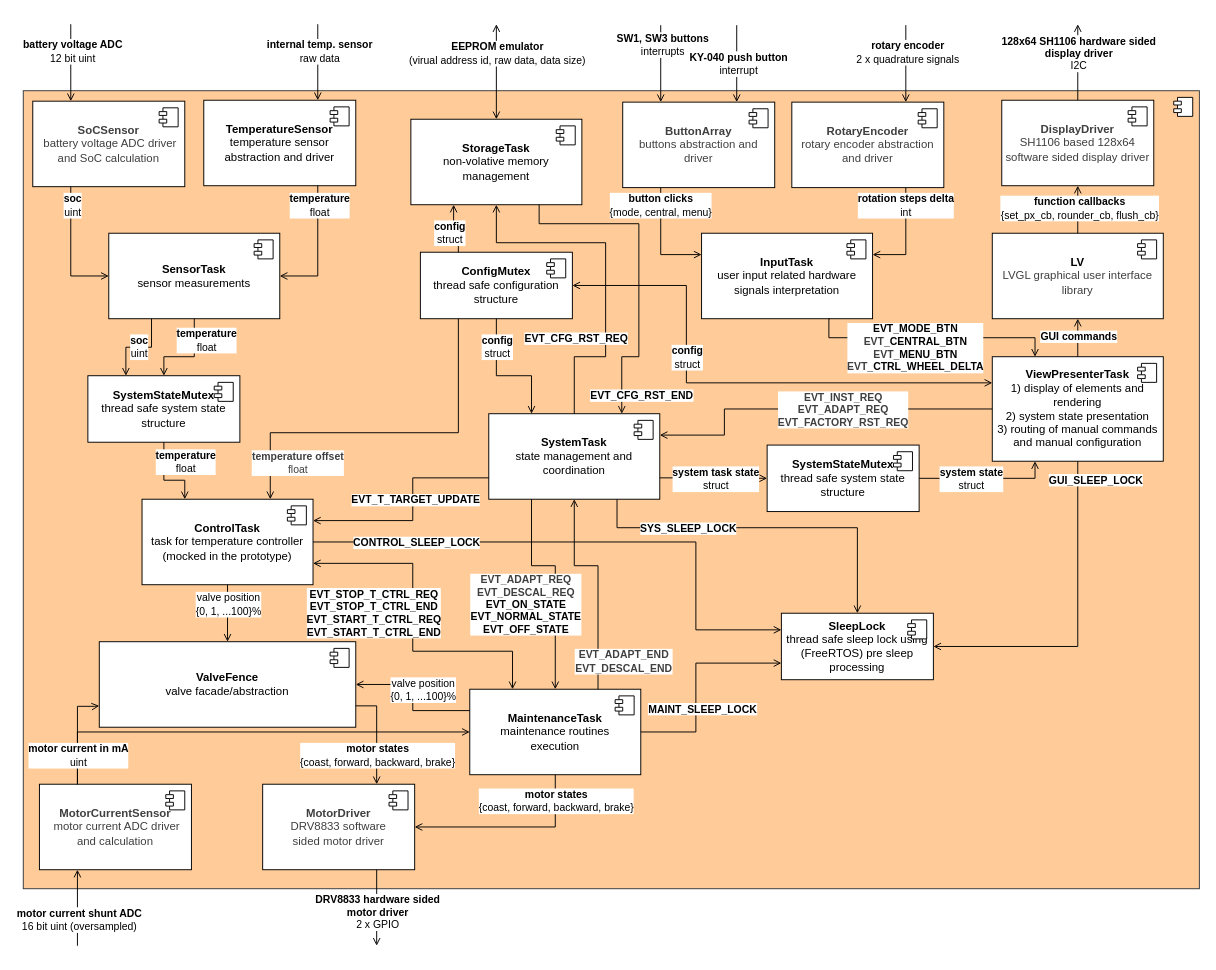
Above: software/diagrams/mt-rt-sw-architecture.drawio in MiraTherm/miratherm-radiator-thermostat-documentation (draw.io), before the change. Source tidied: cells renumbered, new cells numbered last; positions are measured from the earlier drawing's top-left corner, leaving out a move shared by most shapes. Both pictures are drawn from the tidied source at 95%, with x=0, y=0 at pixel (23, 24).
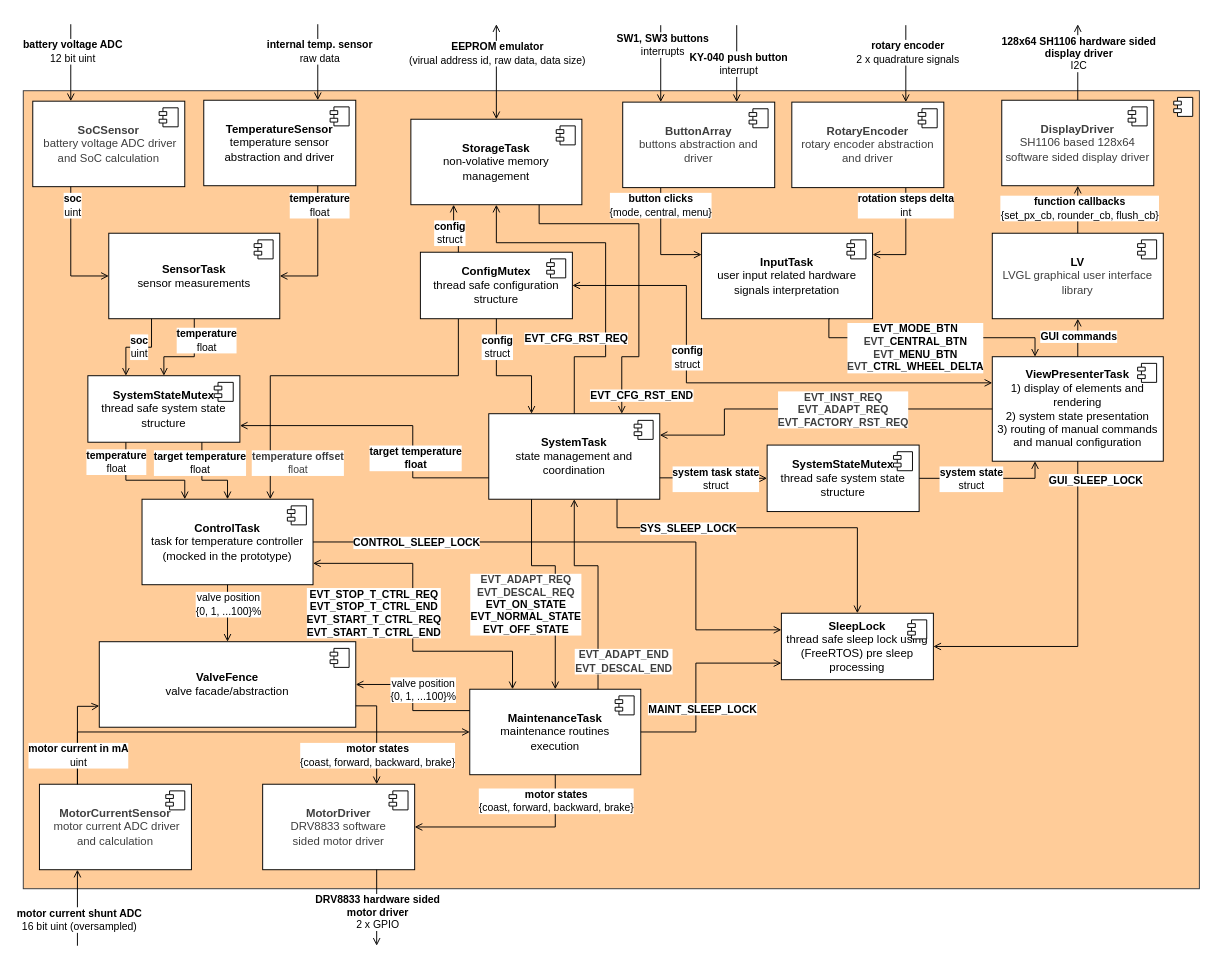
The same page after the edit.

The change refers to these unchanged cells:
```xml
<mxCell id="4" value="&lt;b&gt;SystemTask&lt;/b&gt;&lt;br&gt;state management and coordination" style="html=1;whiteSpace=wrap;" parent="1" vertex="1">
  <mxGeometry x="490" y="410" width="180" height="90" as="geometry" />
</mxCell>
<mxCell id="8" value="&lt;b&gt;ControlTask&lt;/b&gt;&lt;br&gt;task for temperature controller&lt;br&gt;(mocked in the prototype)" style="html=1;whiteSpace=wrap;" parent="1" vertex="1">
  <mxGeometry x="125" y="500" width="180" height="90" as="geometry" />
</mxCell>
<mxCell id="93" value="&lt;b&gt;ConfigMutex&lt;br&gt;&lt;/b&gt;thread safe configuration structure" style="html=1;whiteSpace=wrap;" parent="1" vertex="1">
  <mxGeometry x="418" y="240" width="160" height="70" as="geometry" />
</mxCell>
<mxCell id="119" value="&lt;b&gt;SystemStateMutex&lt;br&gt;&lt;/b&gt;thread safe system state structure" style="html=1;whiteSpace=wrap;" parent="1" vertex="1">
  <mxGeometry x="68" y="370" width="160" height="70" as="geometry" />
</mxCell>
```

What changed in the source:
```diff
@@
-    <mxCell id="83" style="endArrow=open;html=1;rounded=0;entryX=1;entryY=0.25;entryDx=0;entryDy=0;endFill=0;edgeStyle=orthogonalEdgeStyle;exitX=0;exitY=0.75;exitDx=0;exitDy=0;" parent="1" edge="1" source="4" target="8">
+    <mxCell id="83" style="endArrow=open;html=1;rounded=0;entryX=1;entryY=0.75;entryDx=0;entryDy=0;endFill=0;edgeStyle=orthogonalEdgeStyle;exitX=0;exitY=0.75;exitDx=0;exitDy=0;" parent="1" edge="1" source="4" target="119">
       <mxGeometry relative="1" as="geometry">
         <Array as="points">
           <mxPoint x="410" y="478" />
-          <mxPoint x="410" y="522" />
+          <mxPoint x="410" y="423" />
+          <mxPoint x="228" y="423" />
         </Array>
       </mxGeometry>
     </mxCell>
-    <mxCell id="84" value="&lt;b&gt;EVT_T_TARGET_UPDATE&lt;/b&gt;&lt;b&gt;&lt;/b&gt;" style="edgeLabel;html=1;align=center;verticalAlign=middle;" parent="83" vertex="1">
+    <mxCell id="84" value="&lt;b&gt;target temperature&lt;br&gt;float&lt;/b&gt;&lt;b&gt;&lt;/b&gt;" style="edgeLabel;html=1;align=center;verticalAlign=middle;" parent="83" vertex="1">
       <mxGeometry x="-0.3" relative="1" as="geometry">
-        <mxPoint x="2" y="22" as="offset" />
+        <mxPoint x="2" y="10" as="offset" />
       </mxGeometry>
     </mxCell>
@@
     <mxCell id="89" style="endArrow=open;html=1;rounded=0;endFill=0;entryX=0.75;entryY=0;entryDx=0;entryDy=0;exitX=0.25;exitY=1;exitDx=0;exitDy=0;edgeStyle=orthogonalEdgeStyle;" parent="1" edge="1" source="93" target="8">
       <mxGeometry relative="1" as="geometry">
         <Array as="points">
-          <mxPoint x="458" y="430" />
-          <mxPoint x="260" y="430" />
+          <mxPoint x="458" y="370" />
+          <mxPoint x="260" y="370" />
         </Array>
       </mxGeometry>
     </mxCell>
@@
-    <mxCell id="125" style="endArrow=open;html=1;rounded=0;entryX=0.25;entryY=0;entryDx=0;entryDy=0;endFill=0;exitX=0.5;exitY=1;exitDx=0;exitDy=0;edgeStyle=orthogonalEdgeStyle;" parent="1" edge="1" source="119" target="8">
+    <mxCell id="125" style="endArrow=open;html=1;rounded=0;entryX=0.25;entryY=0;entryDx=0;entryDy=0;endFill=0;exitX=0.25;exitY=1;exitDx=0;exitDy=0;edgeStyle=orthogonalEdgeStyle;" parent="1" edge="1" source="119" target="8">
       <mxGeometry relative="1" as="geometry">
         <Array as="points">
-          <mxPoint x="148" y="480" />
+          <mxPoint x="108" y="480" />
           <mxPoint x="170" y="480" />
         </Array>
       </mxGeometry>
     </mxCell>
     <mxCell id="126" value="&lt;b&gt;temperature &lt;/b&gt;&lt;br&gt;float" style="edgeLabel;html=1;align=center;verticalAlign=middle;" parent="125" vertex="1">
       <mxGeometry x="-0.3" relative="1" as="geometry">
-        <mxPoint x="22" y="-9" as="offset" />
+        <mxPoint x="-14" y="-20" as="offset" />
       </mxGeometry>
     </mxCell>
+    <mxCell id="127" style="endArrow=open;html=1;rounded=0;entryX=0.5;entryY=0;entryDx=0;entryDy=0;endFill=0;exitX=0.75;exitY=1;exitDx=0;exitDy=0;edgeStyle=orthogonalEdgeStyle;" parent="1" edge="1" source="119" target="8">
+      <mxGeometry relative="1" as="geometry">
+        <Array as="points">
+          <mxPoint x="188" y="480" />
+          <mxPoint x="215" y="480" />
+        </Array>
+      </mxGeometry>
+    </mxCell>
+    <mxCell id="128" value="&lt;b&gt;target temperature &lt;/b&gt;&lt;br&gt;float" style="edgeLabel;html=1;align=center;verticalAlign=middle;" parent="127" vertex="1">
+      <mxGeometry x="-0.3" relative="1" as="geometry">
+        <mxPoint x="-3" y="-9" as="offset" />
+      </mxGeometry>
+    </mxCell>
```
